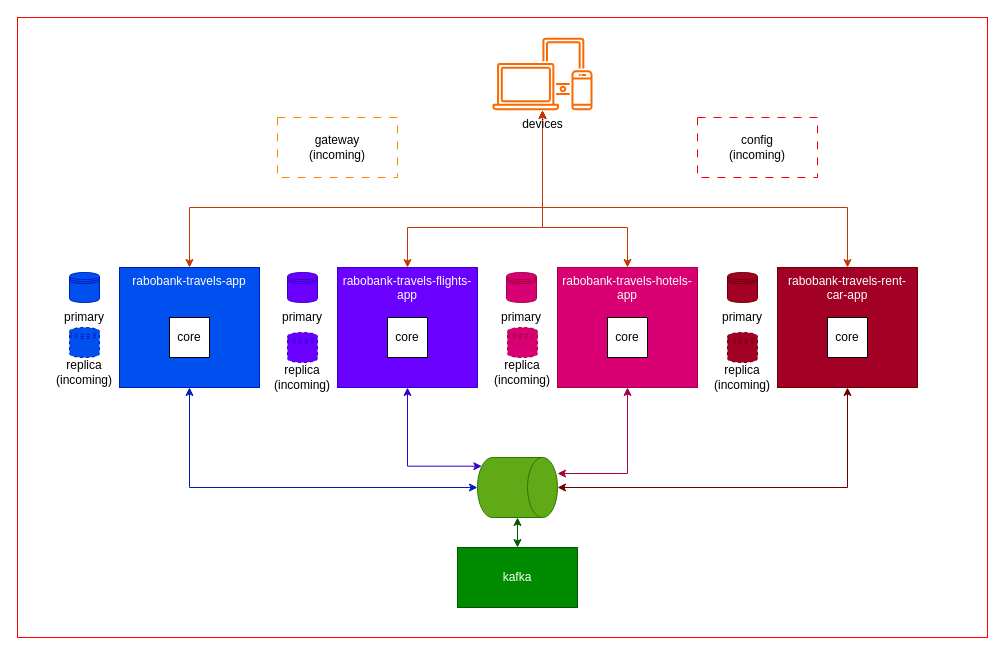
alexandresoliveiragft/rabobank-test keeps this draw.io diagram as readme_files/rabobank-travels.drawio. Above is the earlier version. Source tidied: cells renumbered, new cells numbered last; positions are measured from the earlier drawing's top-left corner, leaving out a move shared by most shapes. Both pictures are drawn from the tidied source at 100%, with x=0, y=0 at pixel (17, 17).
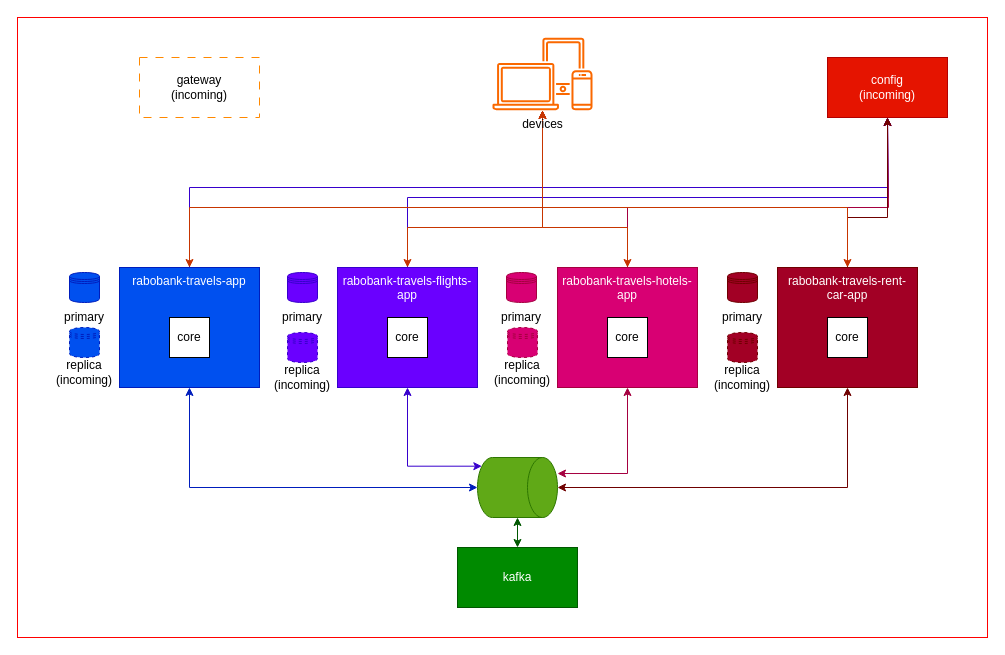
After the change.

The change refers to these unchanged cells:
```xml
<mxCell id="5" value="rabobank-travels-app" style="rounded=0;whiteSpace=wrap;html=1;fillColor=#0050ef;fontColor=#ffffff;strokeColor=#001DBC;verticalAlign=top;" parent="1" vertex="1">
  <mxGeometry x="102" y="250" width="140" height="120" as="geometry" />
</mxCell>
<mxCell id="6" value="rabobank-travels-flights-app" style="rounded=0;whiteSpace=wrap;html=1;fillColor=#6a00ff;fontColor=#ffffff;strokeColor=#3700CC;verticalAlign=top;" parent="1" vertex="1">
  <mxGeometry x="320" y="250" width="140" height="120" as="geometry" />
</mxCell>
<mxCell id="7" value="rabobank-travels-hotels-app" style="rounded=0;whiteSpace=wrap;html=1;fillColor=#d80073;fontColor=#ffffff;strokeColor=#A50040;verticalAlign=top;" parent="1" vertex="1">
  <mxGeometry x="540" y="250" width="140" height="120" as="geometry" />
</mxCell>
<mxCell id="8" value="rabobank-travels-rent-car-app" style="rounded=0;whiteSpace=wrap;html=1;fillColor=#a20025;fontColor=#ffffff;strokeColor=#6F0000;verticalAlign=top;" parent="1" vertex="1">
  <mxGeometry x="760" y="250" width="140" height="120" as="geometry" />
</mxCell>
```

What changed in the source:
```diff
@@
     <mxCell id="3" value="gateway&lt;br&gt;(incoming)" style="rounded=0;whiteSpace=wrap;html=1;dashed=1;dashPattern=8 8;strokeColor=#ff8800;" parent="1" vertex="1">
-      <mxGeometry x="260" y="100" width="120" height="60" as="geometry" />
+      <mxGeometry x="122" y="40" width="120" height="60" as="geometry" />
     </mxCell>
-    <mxCell id="4" value="config&lt;br&gt;(incoming)" style="rounded=0;whiteSpace=wrap;html=1;dashed=1;dashPattern=8 8;strokeColor=#ff0000;" parent="1" vertex="1">
-      <mxGeometry x="680" y="100" width="120" height="60" as="geometry" />
+    <mxCell id="4" value="config&lt;br&gt;(incoming)" style="rounded=0;whiteSpace=wrap;html=1;strokeColor=#B20000;fillColor=#e51400;fontColor=#ffffff;" parent="1" vertex="1">
+      <mxGeometry x="810" y="40" width="120" height="60" as="geometry" />
     </mxCell>
+    <mxCell id="33" style="edgeStyle=orthogonalEdgeStyle;rounded=0;jettySize=auto;html=1;entryX=0.5;entryY=1;entryDx=0;entryDy=0;fillColor=#6a00ff;strokeColor=#3700CC;" parent="1" edge="1" source="5" target="4">
+      <mxGeometry relative="1" as="geometry">
+        <Array as="points">
+          <mxPoint x="172" y="170" />
+          <mxPoint x="870" y="170" />
+        </Array>
+      </mxGeometry>
+    </mxCell>
@@
+    <mxCell id="34" style="edgeStyle=orthogonalEdgeStyle;rounded=0;jettySize=auto;html=1;entryX=0.5;entryY=1;entryDx=0;entryDy=0;fillColor=#6a00ff;strokeColor=#3700CC;" parent="1" edge="1" source="6" target="4">
+      <mxGeometry relative="1" as="geometry">
+        <Array as="points">
+          <mxPoint x="390" y="180" />
+          <mxPoint x="871" y="180" />
+        </Array>
+      </mxGeometry>
+    </mxCell>
@@
+    <mxCell id="35" style="edgeStyle=orthogonalEdgeStyle;rounded=0;jettySize=auto;html=1;fillColor=#d80073;strokeColor=#A50040;" parent="1" edge="1" source="7">
+      <mxGeometry relative="1" as="geometry">
+        <mxPoint x="870" y="100" as="targetPoint" />
+        <Array as="points">
+          <mxPoint x="610" y="190" />
+          <mxPoint x="871" y="190" />
+        </Array>
+      </mxGeometry>
+    </mxCell>
@@
+    <mxCell id="36" style="edgeStyle=orthogonalEdgeStyle;rounded=0;jettySize=auto;html=1;entryX=0.5;entryY=1;entryDx=0;entryDy=0;fillColor=#a20025;strokeColor=#6F0000;" parent="1" edge="1" source="8" target="4">
+      <mxGeometry relative="1" as="geometry">
+        <Array as="points">
+          <mxPoint x="830" y="200" />
+          <mxPoint x="870" y="200" />
+        </Array>
+      </mxGeometry>
+    </mxCell>
```
